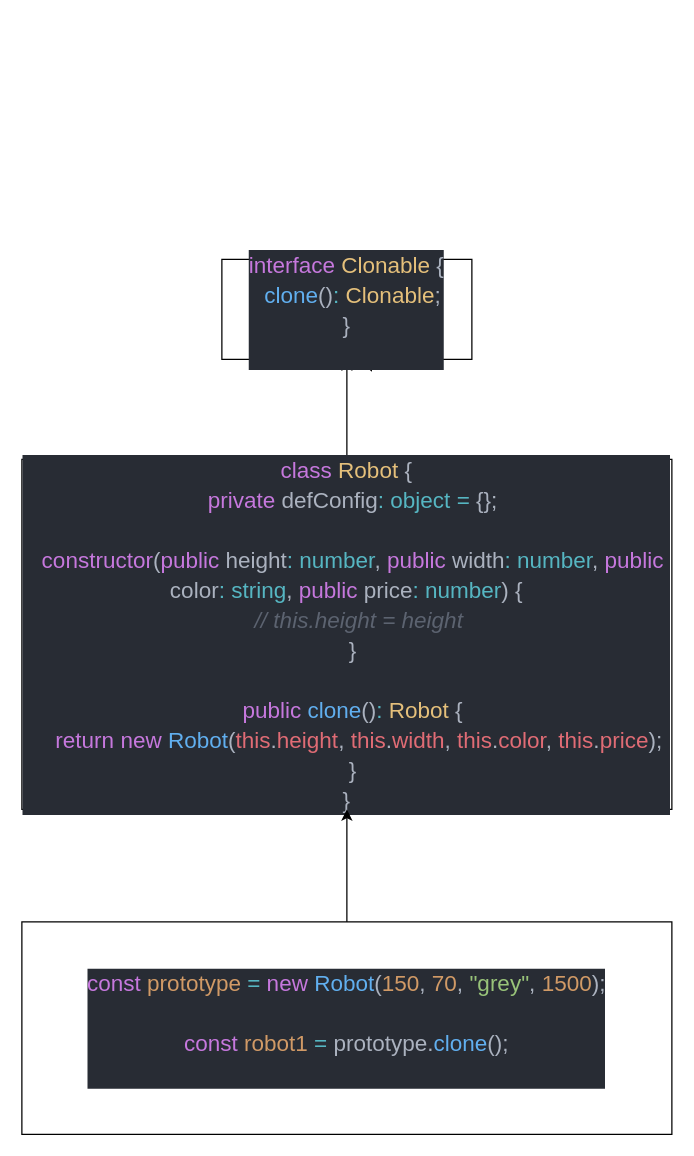
Before: Prototype/Prototype.drawio in danil-jpg/MyPatterns, a draw.io diagram. Source tidied: cells renumbered, new cells numbered last; positions are measured from the earlier drawing's top-left corner, leaving out a move shared by most shapes. Both pictures are drawn from the tidied source at 125%, with x=0, y=0 at pixel (21, 259).
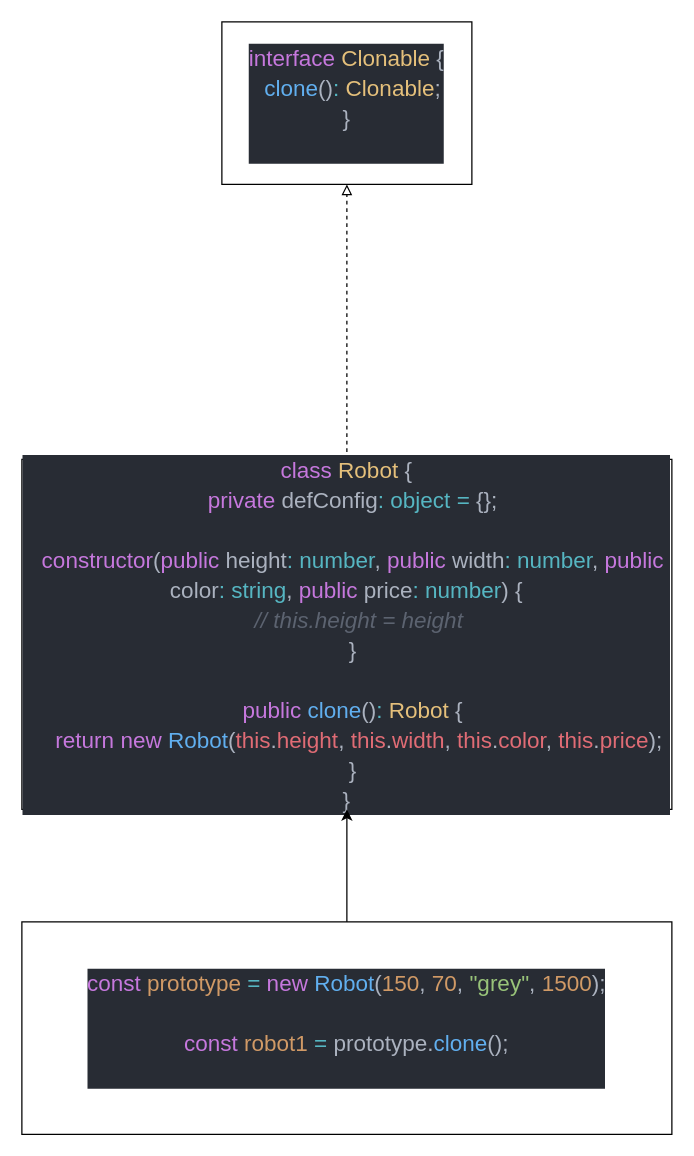
The same diagram, later.

Change to the diagram source:
```diff
@@
 <mxGraphModel>
   <root>
     <mxCell id="0" />
     <mxCell id="1" parent="0" />
-    <mxCell id="2" style="edgeStyle=none;html=1;entryX=0.5;entryY=1;entryDx=0;entryDy=0;" parent="1" edge="1" source="3" target="7">
+    <mxCell id="2" style="edgeStyle=none;html=1;endArrow=block;endFill=0;dashed=1;" parent="1" edge="1" source="3" target="7">
       <mxGeometry relative="1" as="geometry" />
     </mxCell>
     <mxCell id="3" value="&lt;div style=&quot;color: rgb(171 , 178 , 191) ; background-color: rgb(40 , 44 , 52) ; font-family: , &amp;#34;consolas&amp;#34; , &amp;#34;courier new&amp;#34; , monospace ; font-size: 18px ; line-height: 24px&quot;&gt;&lt;div&gt;&lt;span style=&quot;color: #c678dd&quot;&gt;class&lt;/span&gt; &lt;span style=&quot;color: #e5c07b&quot;&gt;Robot&lt;/span&gt; {&lt;/div&gt;&lt;div&gt;&amp;nbsp; &lt;span style=&quot;color: #c678dd&quot;&gt;private&lt;/span&gt; defConfig&lt;span style=&quot;color: #56b6c2&quot;&gt;:&lt;/span&gt; &lt;span style=&quot;color: #56b6c2&quot;&gt;object&lt;/span&gt; &lt;span style=&quot;color: #56b6c2&quot;&gt;=&lt;/span&gt; {};&lt;/div&gt;&lt;br&gt;&lt;div&gt;&amp;nbsp; &lt;span style=&quot;color: #c678dd&quot;&gt;constructor&lt;/span&gt;(&lt;span style=&quot;color: #c678dd&quot;&gt;public&lt;/span&gt; height&lt;span style=&quot;color: #56b6c2&quot;&gt;:&lt;/span&gt; &lt;span style=&quot;color: #56b6c2&quot;&gt;number&lt;/span&gt;, &lt;span style=&quot;color: #c678dd&quot;&gt;public&lt;/span&gt; width&lt;span style=&quot;color: #56b6c2&quot;&gt;:&lt;/span&gt; &lt;span style=&quot;color: #56b6c2&quot;&gt;number&lt;/span&gt;, &lt;span style=&quot;color: #c678dd&quot;&gt;public&lt;/span&gt; color&lt;span style=&quot;color: #56b6c2&quot;&gt;:&lt;/span&gt; &lt;span style=&quot;color: #56b6c2&quot;&gt;string&lt;/span&gt;, &lt;span style=&quot;color: #c678dd&quot;&gt;public&lt;/span&gt; price&lt;span style=&quot;color: #56b6c2&quot;&gt;:&lt;/span&gt; &lt;span style=&quot;color: #56b6c2&quot;&gt;number&lt;/span&gt;) {&lt;/div&gt;&lt;div&gt;&amp;nbsp; &amp;nbsp; &lt;span style=&quot;color: #5c6370 ; font-style: italic&quot;&gt;// this.height = height&lt;/span&gt;&lt;/div&gt;&lt;div&gt;&amp;nbsp; }&lt;/div&gt;&lt;br&gt;&lt;div&gt;&amp;nbsp; &lt;span style=&quot;color: #c678dd&quot;&gt;public&lt;/span&gt; &lt;span style=&quot;color: #61afef&quot;&gt;clone&lt;/span&gt;()&lt;span style=&quot;color: #56b6c2&quot;&gt;:&lt;/span&gt; &lt;span style=&quot;color: #e5c07b&quot;&gt;Robot&lt;/span&gt; {&lt;/div&gt;&lt;div&gt;&amp;nbsp; &amp;nbsp; &lt;span style=&quot;color: #c678dd&quot;&gt;return&lt;/span&gt; &lt;span style=&quot;color: #c678dd&quot;&gt;new&lt;/span&gt; &lt;span style=&quot;color: #61afef&quot;&gt;Robot&lt;/span&gt;(&lt;span style=&quot;color: #e06c75&quot;&gt;this&lt;/span&gt;.&lt;span style=&quot;color: #e06c75&quot;&gt;height&lt;/span&gt;, &lt;span style=&quot;color: #e06c75&quot;&gt;this&lt;/span&gt;.&lt;span style=&quot;color: #e06c75&quot;&gt;width&lt;/span&gt;, &lt;span style=&quot;color: #e06c75&quot;&gt;this&lt;/span&gt;.&lt;span style=&quot;color: #e06c75&quot;&gt;color&lt;/span&gt;, &lt;span style=&quot;color: #e06c75&quot;&gt;this&lt;/span&gt;.&lt;span style=&quot;color: #e06c75&quot;&gt;price&lt;/span&gt;);&lt;/div&gt;&lt;div&gt;&amp;nbsp; }&lt;/div&gt;&lt;div&gt;}&lt;/div&gt;&lt;/div&gt;" style="rounded=0;whiteSpace=wrap;html=1;" parent="1" vertex="1">
       <mxGeometry y="160" width="520" height="280" as="geometry" />
     </mxCell>
     <mxCell id="4" style="edgeStyle=none;html=1;entryX=0.5;entryY=1;entryDx=0;entryDy=0;" parent="1" edge="1" source="5" target="3">
       <mxGeometry relative="1" as="geometry" />
     </mxCell>
     <mxCell id="5" value="&lt;div style=&quot;color: rgb(171 , 178 , 191) ; background-color: rgb(40 , 44 , 52) ; font-family: , &amp;#34;consolas&amp;#34; , &amp;#34;courier new&amp;#34; , monospace ; font-size: 18px ; line-height: 24px&quot;&gt;&lt;div&gt;&lt;span style=&quot;color: #c678dd&quot;&gt;const&lt;/span&gt; &lt;span style=&quot;color: #d19a66&quot;&gt;prototype&lt;/span&gt; &lt;span style=&quot;color: #56b6c2&quot;&gt;=&lt;/span&gt; &lt;span style=&quot;color: #c678dd&quot;&gt;new&lt;/span&gt; &lt;span style=&quot;color: #61afef&quot;&gt;Robot&lt;/span&gt;(&lt;span style=&quot;color: #d19a66&quot;&gt;150&lt;/span&gt;, &lt;span style=&quot;color: #d19a66&quot;&gt;70&lt;/span&gt;, &lt;span style=&quot;color: #98c379&quot;&gt;&quot;grey&quot;&lt;/span&gt;, &lt;span style=&quot;color: #d19a66&quot;&gt;1500&lt;/span&gt;);&lt;/div&gt;&lt;br&gt;&lt;div&gt;&lt;span style=&quot;color: #c678dd&quot;&gt;const&lt;/span&gt; &lt;span style=&quot;color: #d19a66&quot;&gt;robot1&lt;/span&gt; &lt;span style=&quot;color: #56b6c2&quot;&gt;=&lt;/span&gt; prototype.&lt;span style=&quot;color: #61afef&quot;&gt;clone&lt;/span&gt;();&lt;/div&gt;&lt;br&gt;&lt;/div&gt;" style="rounded=0;whiteSpace=wrap;html=1;" parent="1" vertex="1">
       <mxGeometry y="530" width="520" height="170" as="geometry" />
     </mxCell>
-    <mxCell id="6" style="edgeStyle=none;html=1;" parent="1" edge="1" source="7">
-      <mxGeometry relative="1" as="geometry">
-        <mxPoint x="280" y="90" as="targetPoint" />
-      </mxGeometry>
-    </mxCell>
     <mxCell id="7" value="&lt;div style=&quot;color: rgb(171 , 178 , 191) ; background-color: rgb(40 , 44 , 52) ; font-family: , &amp;#34;consolas&amp;#34; , &amp;#34;courier new&amp;#34; , monospace ; font-size: 18px ; line-height: 24px&quot;&gt;&lt;div&gt;&lt;span style=&quot;color: #c678dd&quot;&gt;interface&lt;/span&gt; &lt;span style=&quot;color: #e5c07b&quot;&gt;Clonable&lt;/span&gt; {&lt;/div&gt;&lt;div&gt;&amp;nbsp; &lt;span style=&quot;color: #61afef&quot;&gt;clone&lt;/span&gt;()&lt;span style=&quot;color: #56b6c2&quot;&gt;:&lt;/span&gt; &lt;span style=&quot;color: #e5c07b&quot;&gt;Clonable&lt;/span&gt;;&lt;/div&gt;&lt;div&gt;}&lt;/div&gt;&lt;br&gt;&lt;/div&gt;" style="rounded=0;whiteSpace=wrap;html=1;" parent="1" vertex="1">
-      <mxGeometry x="160" width="200" height="80" as="geometry" />
+      <mxGeometry x="160" y="-190" width="200" height="130" as="geometry" />
     </mxCell>
   </root>
 </mxGraphModel>
```
